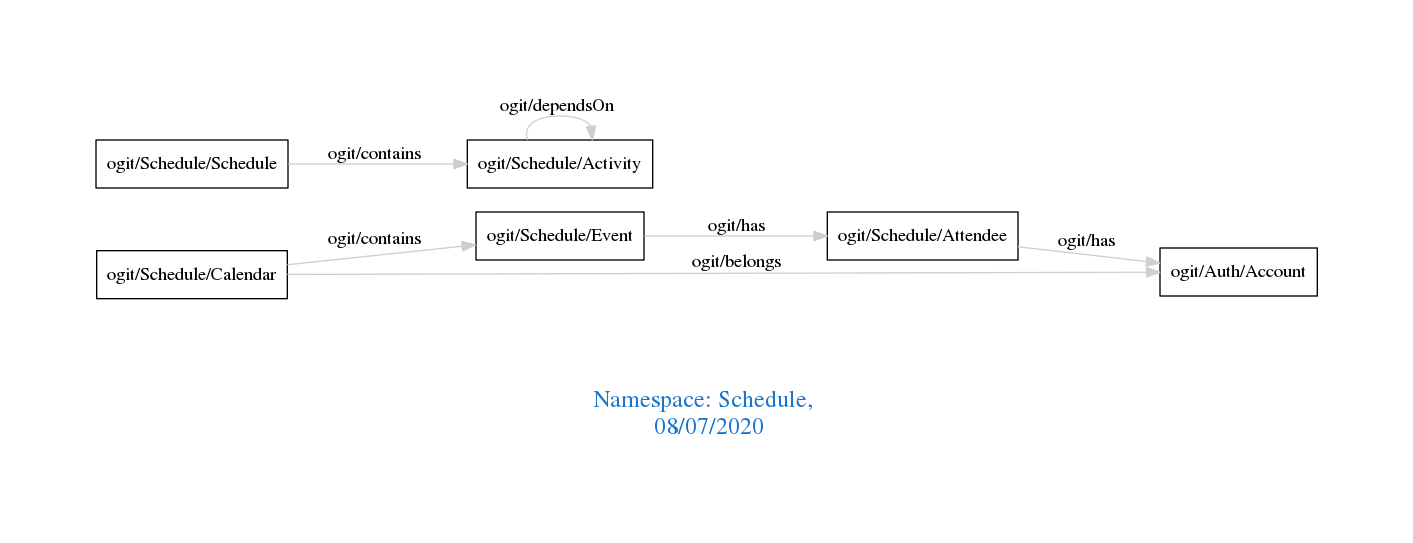
Above: downloads/Schedule.png in arago/OGIT (Graphviz), before the change. Its source is kept beside it as downloads/Schedule.dot.
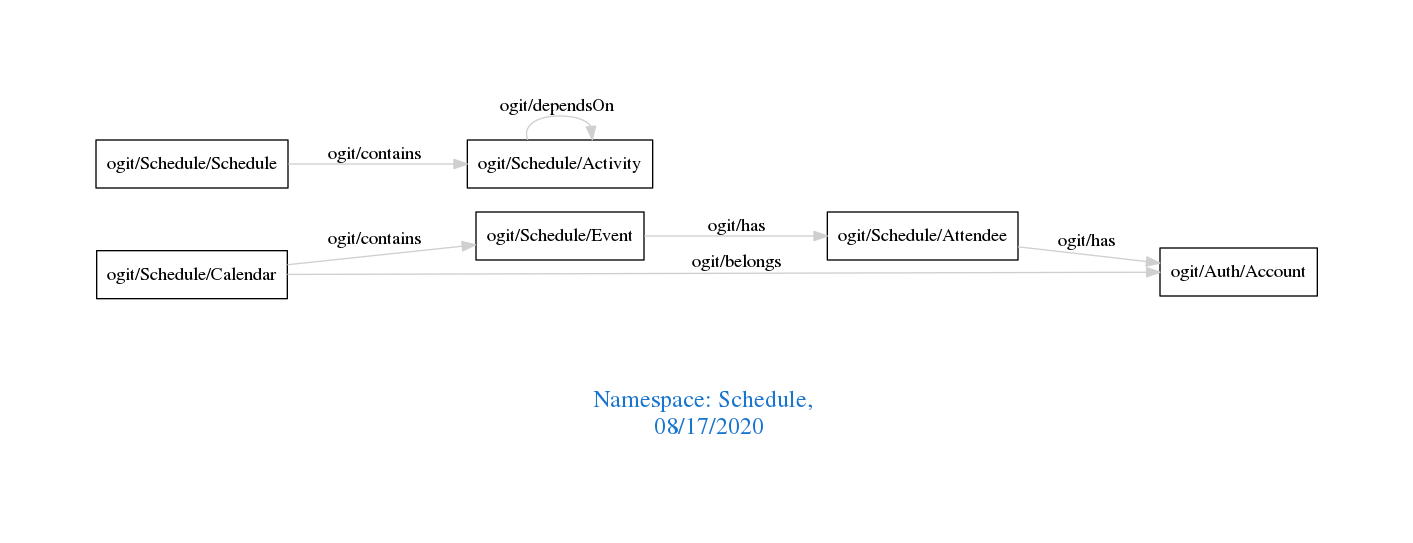
The same diagram one commit later.

Diff of the diagram source:
```diff
@@ -1,7 +1,7 @@
 digraph OGIT_ontology {
  graph [ rankdir= LR,pad=1
 fontsize = 18,
-fontcolor= dodgerblue3,label = "\n\n\nNamespace: Schedule, \n 08/07/2020"];
+fontcolor= dodgerblue3,label = "\n\n\nNamespace: Schedule, \n 08/17/2020"];
 node[shape=polygon];
 edge [  color="gray81"];
 
```
